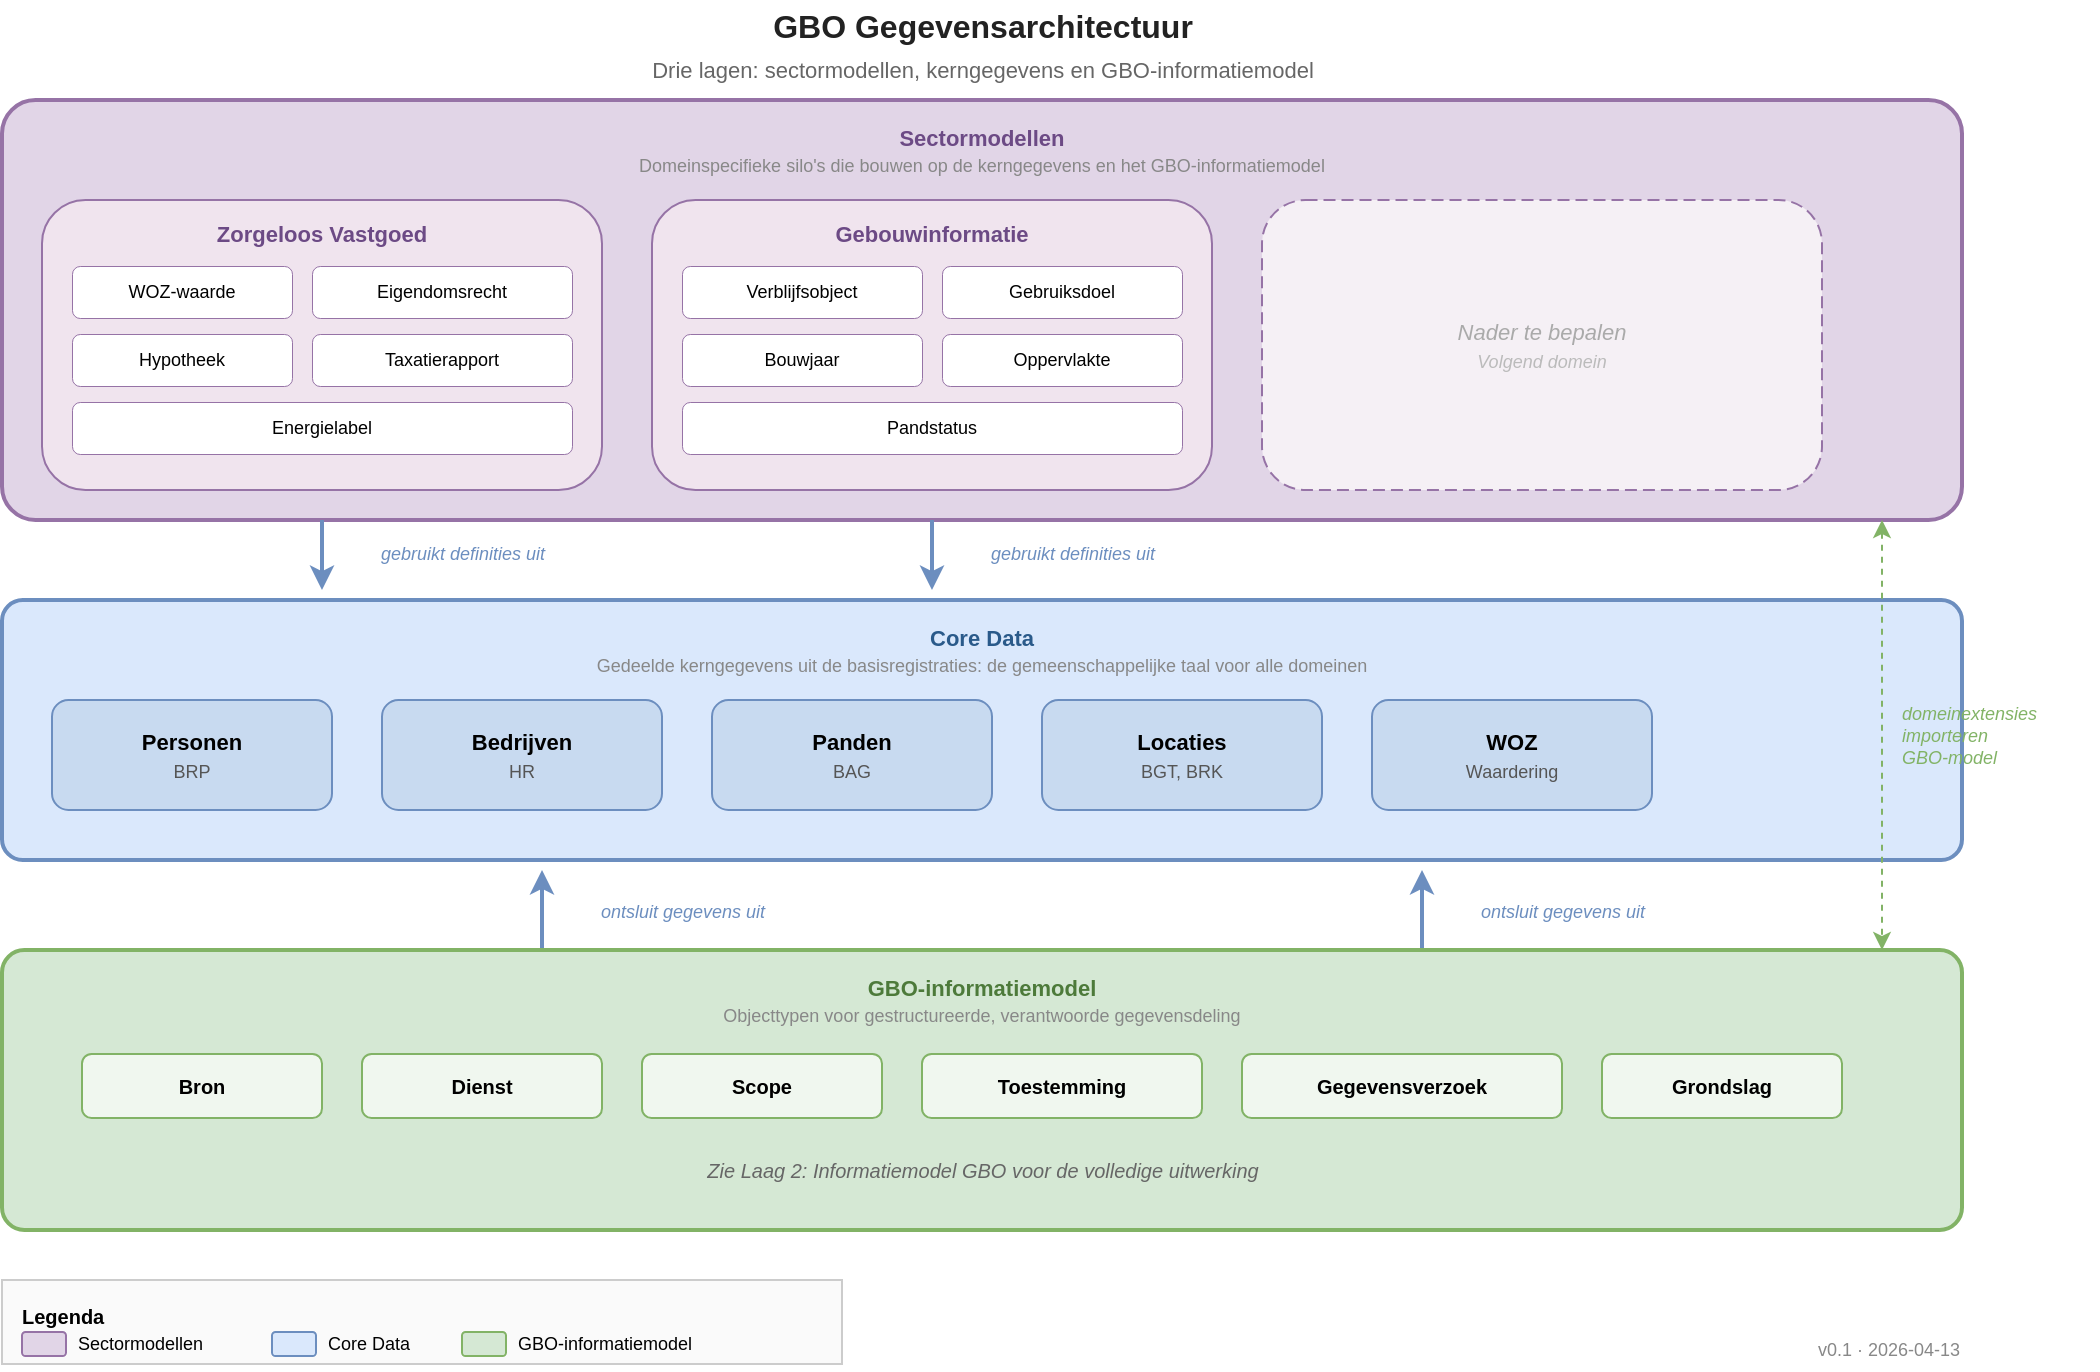
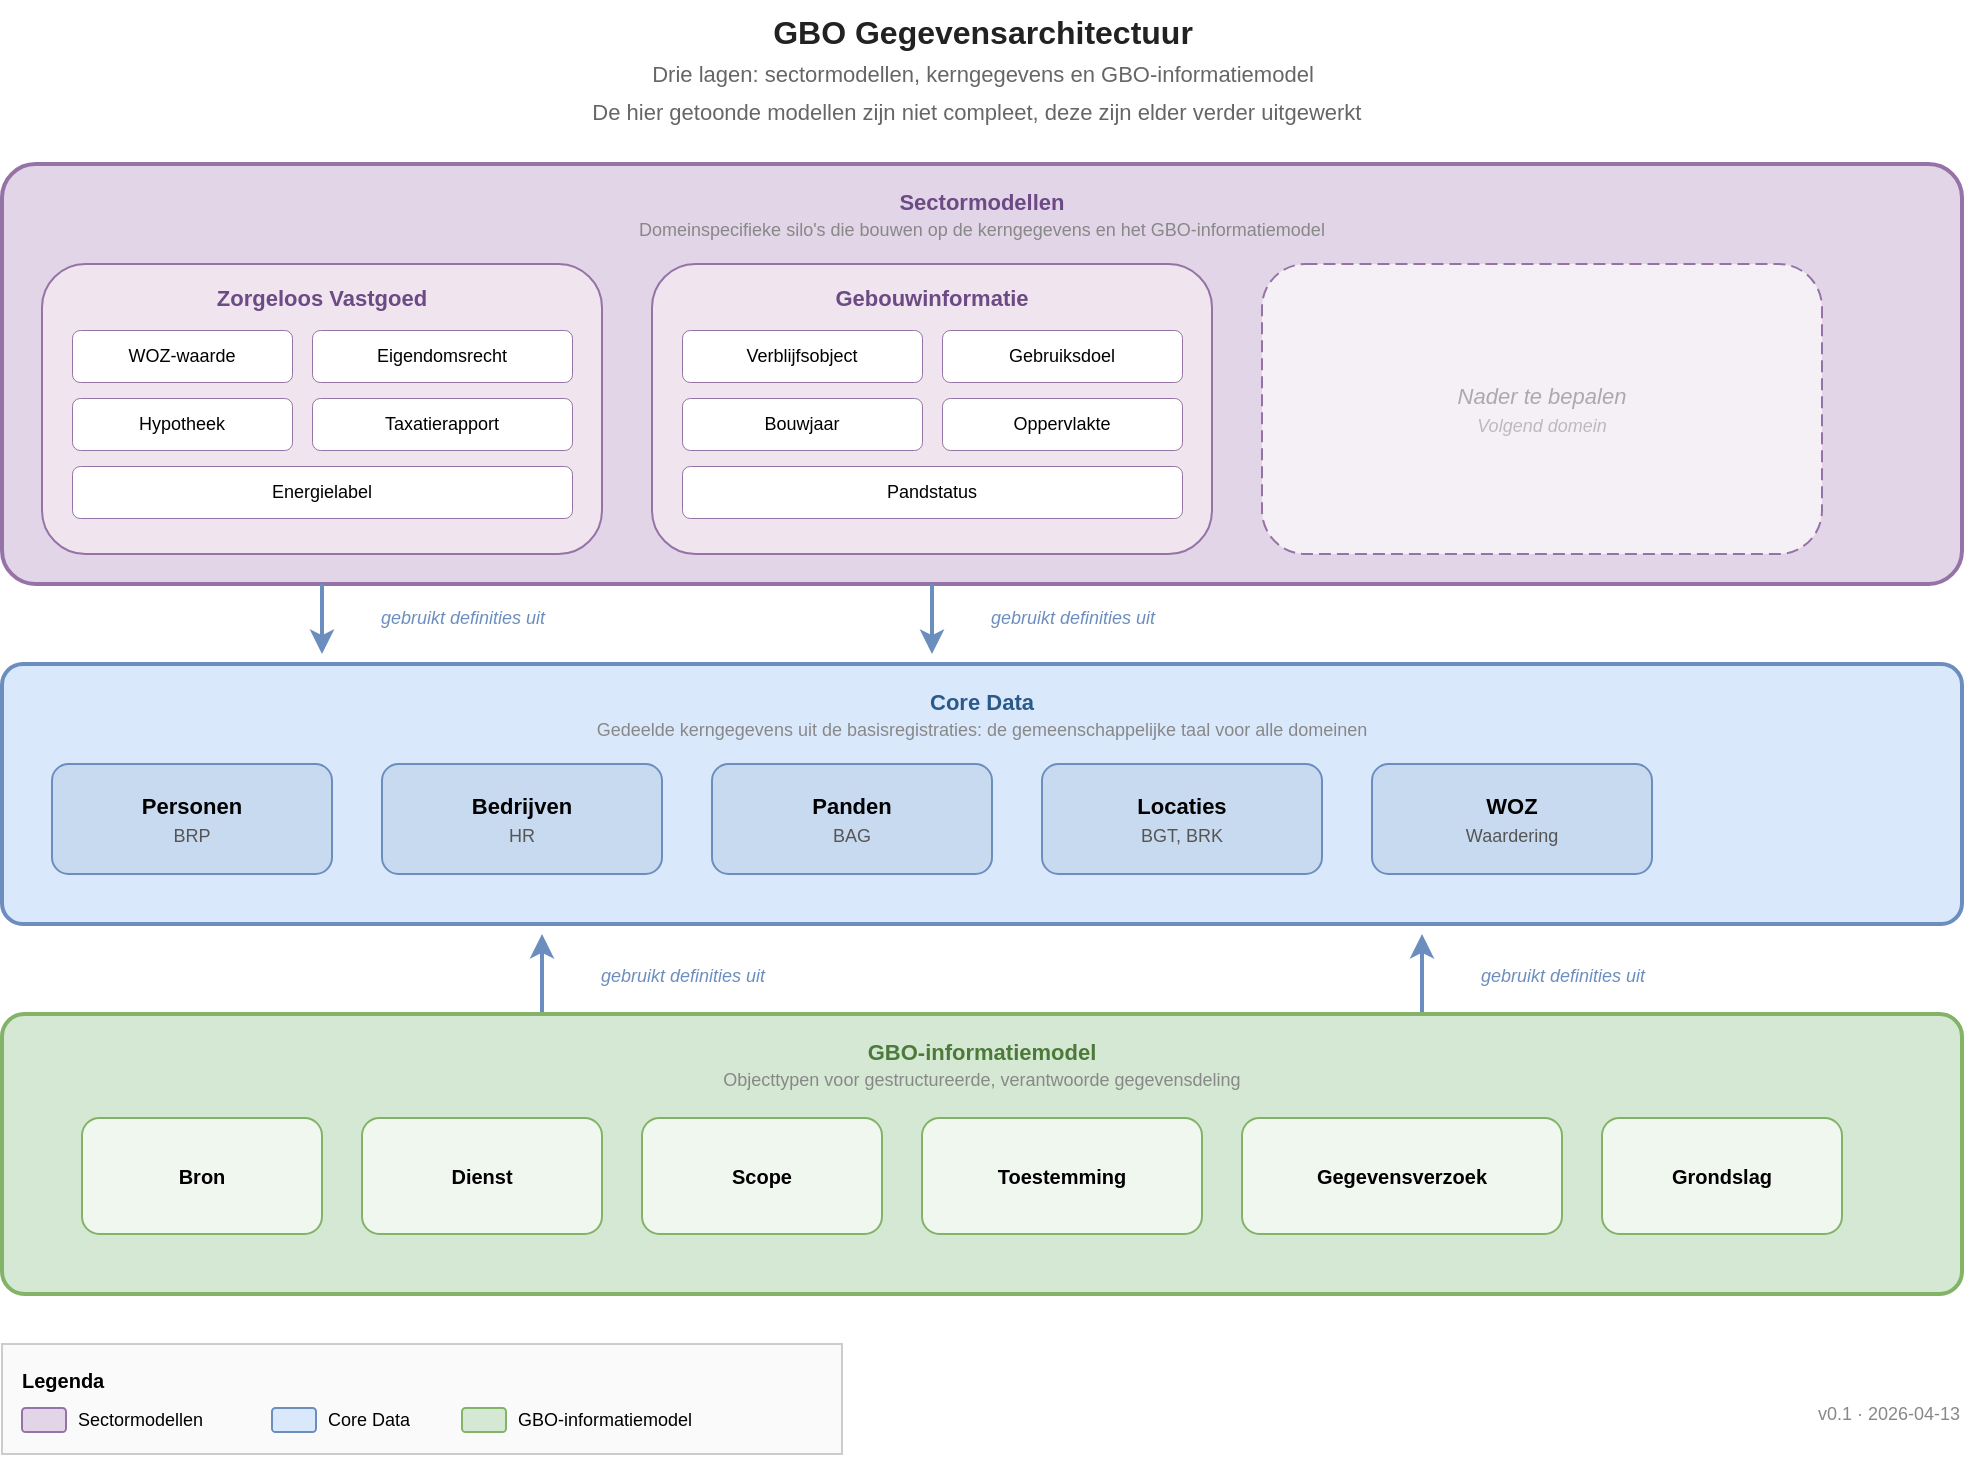
- <mxfile host="Electron" agent="Claude" version="29.6.6">
+ <mxfile host="Electron" agent="Mozilla/5.0 (Macintosh; Intel Mac OS X 10_15_7) AppleWebKit/537.36 (KHTML, like Gecko) draw.io/29.6.6 Chrome/144.0.7559.236 Electron/40.8.4 Safari/537.36" version="29.6.6">
  <diagram name="Gegevensarchitectuur" id="gbo-gegevensarchitectuur">
-     <mxGraphModel dx="1200" dy="900" grid="1" gridSize="10" guides="1" tooltips="1" connect="1" arrows="1" fold="1" page="1" pageScale="1" pageWidth="1100" pageHeight="820" math="0" shadow="0">
+     <mxGraphModel dx="2032" dy="877" grid="1" gridSize="10" guides="1" tooltips="1" connect="1" arrows="1" fold="1" page="1" pageScale="1" pageWidth="1100" pageHeight="820" math="0" shadow="0">
      <root>
        <mxCell id="0" />
        <mxCell id="1" parent="0" />
- 
-         <!-- Titel -->
-         <mxCell id="title" parent="1" style="text;html=1;align=center;verticalAlign=middle;resizable=0;points=[];autosize=1;strokeColor=none;fillColor=none;fontSize=16;fontColor=#222222;" value="&lt;b&gt;GBO Gegevensarchitectuur&lt;/b&gt;&lt;br&gt;&lt;font style=&quot;font-size:11px;color:#666&quot;&gt;Drie lagen: sectormodellen, kerngegevens en GBO-informatiemodel&lt;/font&gt;" vertex="1">
-           <mxGeometry x="280" y="15" width="540" height="45" as="geometry" />
+         <mxCell id="title" parent="1" style="text;html=1;align=center;verticalAlign=middle;resizable=0;points=[];autosize=1;strokeColor=none;fillColor=none;fontSize=16;fontColor=#222222;" value="&lt;b&gt;GBO Gegevensarchitectuur&lt;/b&gt;&lt;br&gt;&lt;font style=&quot;font-size:11px;color:#666&quot;&gt;Drie lagen: sectormodellen, kerngegevens en GBO-informatiemodel&lt;/font&gt;&lt;div&gt;&lt;font style=&quot;font-size:11px;color:#666&quot;&gt;De hier getoonde modellen zijn niet compleet, deze zijn elder verder uitgewerkt&amp;nbsp;&amp;nbsp;&lt;/font&gt;&lt;/div&gt;" vertex="1">
+           <mxGeometry height="70" width="410" x="345" y="11" as="geometry" />
        </mxCell>
- 
-         <!-- ==================== BOVENSTE LAAG: Sectormodellen ==================== -->
-         <mxCell id="layer-sector" parent="1" style="rounded=1;whiteSpace=wrap;html=1;fillColor=#e1d5e7;strokeColor=#9673a6;strokeWidth=2;verticalAlign=top;fontSize=11;fontColor=#6c4a85;align=center;spacingTop=6;arcSize=8;" value="&lt;b&gt;Sectormodellen&lt;/b&gt;&lt;br&gt;&lt;font style=&quot;font-size:9px;color:#888&quot;&gt;Domeinspecifieke silo's die bouwen op de kerngegevens en het GBO-informatiemodel&lt;/font&gt;" vertex="1">
-           <mxGeometry x="60" y="65" width="980" height="210" as="geometry" />
+         <mxCell id="layer-sector" parent="1" style="rounded=1;whiteSpace=wrap;html=1;fillColor=#e1d5e7;strokeColor=#9673a6;strokeWidth=2;verticalAlign=top;fontSize=11;fontColor=#6c4a85;align=center;spacingTop=6;arcSize=8;" value="&lt;b&gt;Sectormodellen&lt;/b&gt;&lt;br&gt;&lt;font style=&quot;font-size:9px;color:#888&quot;&gt;Domeinspecifieke silo&#39;s die bouwen op de kerngegevens en het GBO-informatiemodel&lt;/font&gt;" vertex="1">
+           <mxGeometry height="210" width="980" x="60" y="93" as="geometry" />
        </mxCell>
- 
-         <!-- Silo 1: Zorgeloos Vastgoed -->
        <mxCell id="silo-zv" parent="1" style="rounded=1;whiteSpace=wrap;html=1;fillColor=#f0e4ee;strokeColor=#9673a6;strokeWidth=1;verticalAlign=top;fontSize=11;fontColor=#6c4a85;align=center;spacingTop=4;" value="&lt;b&gt;Zorgeloos Vastgoed&lt;/b&gt;" vertex="1">
-           <mxGeometry x="80" y="115" width="280" height="145" as="geometry" />
+           <mxGeometry height="145" width="280" x="80" y="143" as="geometry" />
        </mxCell>
        <mxCell id="zv-woz" parent="1" style="rounded=1;whiteSpace=wrap;html=1;fillColor=#ffffff;strokeColor=#9673a6;strokeWidth=0.5;verticalAlign=middle;fontSize=9;" value="WOZ-waarde" vertex="1">
-           <mxGeometry x="95" y="148" width="110" height="26" as="geometry" />
+           <mxGeometry height="26" width="110" x="95" y="176" as="geometry" />
        </mxCell>
        <mxCell id="zv-eigendom" parent="1" style="rounded=1;whiteSpace=wrap;html=1;fillColor=#ffffff;strokeColor=#9673a6;strokeWidth=0.5;verticalAlign=middle;fontSize=9;" value="Eigendomsrecht" vertex="1">
-           <mxGeometry x="215" y="148" width="130" height="26" as="geometry" />
+           <mxGeometry height="26" width="130" x="215" y="176" as="geometry" />
        </mxCell>
        <mxCell id="zv-hypotheek" parent="1" style="rounded=1;whiteSpace=wrap;html=1;fillColor=#ffffff;strokeColor=#9673a6;strokeWidth=0.5;verticalAlign=middle;fontSize=9;" value="Hypotheek" vertex="1">
-           <mxGeometry x="95" y="182" width="110" height="26" as="geometry" />
+           <mxGeometry height="26" width="110" x="95" y="210" as="geometry" />
        </mxCell>
        <mxCell id="zv-taxatie" parent="1" style="rounded=1;whiteSpace=wrap;html=1;fillColor=#ffffff;strokeColor=#9673a6;strokeWidth=0.5;verticalAlign=middle;fontSize=9;" value="Taxatierapport" vertex="1">
-           <mxGeometry x="215" y="182" width="130" height="26" as="geometry" />
+           <mxGeometry height="26" width="130" x="215" y="210" as="geometry" />
        </mxCell>
        <mxCell id="zv-energie" parent="1" style="rounded=1;whiteSpace=wrap;html=1;fillColor=#ffffff;strokeColor=#9673a6;strokeWidth=0.5;verticalAlign=middle;fontSize=9;" value="Energielabel" vertex="1">
-           <mxGeometry x="95" y="216" width="250" height="26" as="geometry" />
+           <mxGeometry height="26" width="250" x="95" y="244" as="geometry" />
        </mxCell>
- 
-         <!-- Silo 2: Gebouwinformatie -->
        <mxCell id="silo-gi" parent="1" style="rounded=1;whiteSpace=wrap;html=1;fillColor=#f0e4ee;strokeColor=#9673a6;strokeWidth=1;verticalAlign=top;fontSize=11;fontColor=#6c4a85;align=center;spacingTop=4;" value="&lt;b&gt;Gebouwinformatie&lt;/b&gt;" vertex="1">
-           <mxGeometry x="385" y="115" width="280" height="145" as="geometry" />
+           <mxGeometry height="145" width="280" x="385" y="143" as="geometry" />
        </mxCell>
        <mxCell id="gi-verblijf" parent="1" style="rounded=1;whiteSpace=wrap;html=1;fillColor=#ffffff;strokeColor=#9673a6;strokeWidth=0.5;verticalAlign=middle;fontSize=9;" value="Verblijfsobject" vertex="1">
-           <mxGeometry x="400" y="148" width="120" height="26" as="geometry" />
+           <mxGeometry height="26" width="120" x="400" y="176" as="geometry" />
        </mxCell>
        <mxCell id="gi-gebruik" parent="1" style="rounded=1;whiteSpace=wrap;html=1;fillColor=#ffffff;strokeColor=#9673a6;strokeWidth=0.5;verticalAlign=middle;fontSize=9;" value="Gebruiksdoel" vertex="1">
-           <mxGeometry x="530" y="148" width="120" height="26" as="geometry" />
+           <mxGeometry height="26" width="120" x="530" y="176" as="geometry" />
        </mxCell>
        <mxCell id="gi-bouwjaar" parent="1" style="rounded=1;whiteSpace=wrap;html=1;fillColor=#ffffff;strokeColor=#9673a6;strokeWidth=0.5;verticalAlign=middle;fontSize=9;" value="Bouwjaar" vertex="1">
-           <mxGeometry x="400" y="182" width="120" height="26" as="geometry" />
+           <mxGeometry height="26" width="120" x="400" y="210" as="geometry" />
        </mxCell>
        <mxCell id="gi-opp" parent="1" style="rounded=1;whiteSpace=wrap;html=1;fillColor=#ffffff;strokeColor=#9673a6;strokeWidth=0.5;verticalAlign=middle;fontSize=9;" value="Oppervlakte" vertex="1">
-           <mxGeometry x="530" y="182" width="120" height="26" as="geometry" />
+           <mxGeometry height="26" width="120" x="530" y="210" as="geometry" />
        </mxCell>
        <mxCell id="gi-status" parent="1" style="rounded=1;whiteSpace=wrap;html=1;fillColor=#ffffff;strokeColor=#9673a6;strokeWidth=0.5;verticalAlign=middle;fontSize=9;" value="Pandstatus" vertex="1">
-           <mxGeometry x="400" y="216" width="250" height="26" as="geometry" />
+           <mxGeometry height="26" width="250" x="400" y="244" as="geometry" />
        </mxCell>
- 
-         <!-- Silo 3: Nader te bepalen -->
        <mxCell id="silo-ntb" parent="1" style="rounded=1;whiteSpace=wrap;html=1;fillColor=#f5f0f5;strokeColor=#9673a6;strokeWidth=1;dashed=1;dashPattern=6 3;verticalAlign=middle;fontSize=11;fontColor=#aaa;fontStyle=2;align=center;" value="Nader te bepalen&lt;br&gt;&lt;font style=&quot;font-size:9px;color:#bbb&quot;&gt;Volgend domein&lt;/font&gt;" vertex="1">
-           <mxGeometry x="690" y="115" width="280" height="145" as="geometry" />
+           <mxGeometry height="145" width="280" x="690" y="143" as="geometry" />
        </mxCell>
- 
-         <!-- Pijlen: Sector -> Core -->
-         <mxCell id="arrow-sc1" parent="1" style="endArrow=classic;html=1;strokeColor=#6c8ebf;strokeWidth=2;" edge="1">
+         <mxCell id="arrow-sc1" edge="1" parent="1" style="endArrow=classic;html=1;strokeColor=#6c8ebf;strokeWidth=2;">
          <mxGeometry relative="1" as="geometry">
-             <mxPoint x="220" y="275" as="sourcePoint" />
-             <mxPoint x="220" y="310" as="targetPoint" />
+             <mxPoint x="220" y="303" as="sourcePoint" />
+             <mxPoint x="220" y="338" as="targetPoint" />
          </mxGeometry>
        </mxCell>
        <mxCell id="arrow-sc1-label" parent="1" style="text;html=1;align=center;verticalAlign=middle;strokeColor=none;fillColor=none;fontSize=9;fontColor=#6c8ebf;fontStyle=2;" value="gebruikt definities uit" vertex="1">
-           <mxGeometry x="230" y="283" width="120" height="18" as="geometry" />
+           <mxGeometry height="18" width="120" x="230" y="311" as="geometry" />
        </mxCell>
- 
-         <mxCell id="arrow-sc2" parent="1" style="endArrow=classic;html=1;strokeColor=#6c8ebf;strokeWidth=2;" edge="1">
+         <mxCell id="arrow-sc2" edge="1" parent="1" style="endArrow=classic;html=1;strokeColor=#6c8ebf;strokeWidth=2;">
          <mxGeometry relative="1" as="geometry">
-             <mxPoint x="525" y="275" as="sourcePoint" />
-             <mxPoint x="525" y="310" as="targetPoint" />
+             <mxPoint x="525" y="303" as="sourcePoint" />
+             <mxPoint x="525" y="338" as="targetPoint" />
          </mxGeometry>
        </mxCell>
        <mxCell id="arrow-sc2-label" parent="1" style="text;html=1;align=center;verticalAlign=middle;strokeColor=none;fillColor=none;fontSize=9;fontColor=#6c8ebf;fontStyle=2;" value="gebruikt definities uit" vertex="1">
-           <mxGeometry x="535" y="283" width="120" height="18" as="geometry" />
+           <mxGeometry height="18" width="120" x="535" y="311" as="geometry" />
        </mxCell>
- 
-         <!-- ==================== MIDDENLAAG: Core Data ==================== -->
        <mxCell id="layer-core" parent="1" style="rounded=1;whiteSpace=wrap;html=1;fillColor=#dae8fc;strokeColor=#6c8ebf;strokeWidth=2;verticalAlign=top;fontSize=11;fontColor=#2a5a8a;align=center;spacingTop=6;arcSize=8;" value="&lt;b&gt;Core Data&lt;/b&gt;&lt;br&gt;&lt;font style=&quot;font-size:9px;color:#888&quot;&gt;Gedeelde kerngegevens uit de basisregistraties: de gemeenschappelijke taal voor alle domeinen&lt;/font&gt;" vertex="1">
-           <mxGeometry x="60" y="315" width="980" height="130" as="geometry" />
+           <mxGeometry height="130" width="980" x="60" y="343" as="geometry" />
        </mxCell>
- 
        <mxCell id="core-personen" parent="1" style="rounded=1;whiteSpace=wrap;html=1;fillColor=#c8daf0;strokeColor=#6c8ebf;strokeWidth=1;verticalAlign=middle;fontSize=11;" value="&lt;b&gt;Personen&lt;/b&gt;&lt;br&gt;&lt;font style=&quot;font-size:9px;color:#555&quot;&gt;BRP&lt;/font&gt;" vertex="1">
-           <mxGeometry x="85" y="365" width="140" height="55" as="geometry" />
+           <mxGeometry height="55" width="140" x="85" y="393" as="geometry" />
        </mxCell>
- 
        <mxCell id="core-bedrijven" parent="1" style="rounded=1;whiteSpace=wrap;html=1;fillColor=#c8daf0;strokeColor=#6c8ebf;strokeWidth=1;verticalAlign=middle;fontSize=11;" value="&lt;b&gt;Bedrijven&lt;/b&gt;&lt;br&gt;&lt;font style=&quot;font-size:9px;color:#555&quot;&gt;HR&lt;/font&gt;" vertex="1">
-           <mxGeometry x="250" y="365" width="140" height="55" as="geometry" />
+           <mxGeometry height="55" width="140" x="250" y="393" as="geometry" />
        </mxCell>
- 
        <mxCell id="core-panden" parent="1" style="rounded=1;whiteSpace=wrap;html=1;fillColor=#c8daf0;strokeColor=#6c8ebf;strokeWidth=1;verticalAlign=middle;fontSize=11;" value="&lt;b&gt;Panden&lt;/b&gt;&lt;br&gt;&lt;font style=&quot;font-size:9px;color:#555&quot;&gt;BAG&lt;/font&gt;" vertex="1">
-           <mxGeometry x="415" y="365" width="140" height="55" as="geometry" />
+           <mxGeometry height="55" width="140" x="415" y="393" as="geometry" />
        </mxCell>
- 
        <mxCell id="core-locaties" parent="1" style="rounded=1;whiteSpace=wrap;html=1;fillColor=#c8daf0;strokeColor=#6c8ebf;strokeWidth=1;verticalAlign=middle;fontSize=11;" value="&lt;b&gt;Locaties&lt;/b&gt;&lt;br&gt;&lt;font style=&quot;font-size:9px;color:#555&quot;&gt;BGT, BRK&lt;/font&gt;" vertex="1">
-           <mxGeometry x="580" y="365" width="140" height="55" as="geometry" />
+           <mxGeometry height="55" width="140" x="580" y="393" as="geometry" />
        </mxCell>
- 
        <mxCell id="core-woz" parent="1" style="rounded=1;whiteSpace=wrap;html=1;fillColor=#c8daf0;strokeColor=#6c8ebf;strokeWidth=1;verticalAlign=middle;fontSize=11;" value="&lt;b&gt;WOZ&lt;/b&gt;&lt;br&gt;&lt;font style=&quot;font-size:9px;color:#555&quot;&gt;Waardering&lt;/font&gt;" vertex="1">
-           <mxGeometry x="745" y="365" width="140" height="55" as="geometry" />
+           <mxGeometry height="55" width="140" x="745" y="393" as="geometry" />
        </mxCell>
- 
-         <!-- Pijlen: GBO -> Core -->
-         <mxCell id="arrow-gc1" parent="1" style="endArrow=classic;html=1;strokeColor=#6c8ebf;strokeWidth=2;" edge="1">
+         <mxCell id="arrow-gc1" edge="1" parent="1" style="endArrow=classic;html=1;strokeColor=#6c8ebf;strokeWidth=2;">
          <mxGeometry relative="1" as="geometry">
-             <mxPoint x="330" y="490" as="sourcePoint" />
-             <mxPoint x="330" y="450" as="targetPoint" />
+             <mxPoint x="330" y="518" as="sourcePoint" />
+             <mxPoint x="330" y="478" as="targetPoint" />
          </mxGeometry>
        </mxCell>
-         <mxCell id="arrow-gc1-label" parent="1" style="text;html=1;align=center;verticalAlign=middle;strokeColor=none;fillColor=none;fontSize=9;fontColor=#6c8ebf;fontStyle=2;" value="ontsluit gegevens uit" vertex="1">
-           <mxGeometry x="340" y="462" width="120" height="18" as="geometry" />
+         <mxCell id="arrow-gc1-label" parent="1" style="text;html=1;align=center;verticalAlign=middle;strokeColor=none;fillColor=none;fontSize=9;fontColor=#6c8ebf;fontStyle=2;" value="gebruikt definities uit" vertex="1">
+           <mxGeometry height="18" width="120" x="340" y="490" as="geometry" />
        </mxCell>
- 
-         <mxCell id="arrow-gc2" parent="1" style="endArrow=classic;html=1;strokeColor=#6c8ebf;strokeWidth=2;" edge="1">
+         <mxCell id="arrow-gc2" edge="1" parent="1" style="endArrow=classic;html=1;strokeColor=#6c8ebf;strokeWidth=2;">
          <mxGeometry relative="1" as="geometry">
-             <mxPoint x="770" y="490" as="sourcePoint" />
-             <mxPoint x="770" y="450" as="targetPoint" />
+             <mxPoint x="770" y="518" as="sourcePoint" />
+             <mxPoint x="770" y="478" as="targetPoint" />
          </mxGeometry>
        </mxCell>
-         <mxCell id="arrow-gc2-label" parent="1" style="text;html=1;align=center;verticalAlign=middle;strokeColor=none;fillColor=none;fontSize=9;fontColor=#6c8ebf;fontStyle=2;" value="ontsluit gegevens uit" vertex="1">
-           <mxGeometry x="780" y="462" width="120" height="18" as="geometry" />
+         <mxCell id="arrow-gc2-label" parent="1" style="text;html=1;align=center;verticalAlign=middle;strokeColor=none;fillColor=none;fontSize=9;fontColor=#6c8ebf;fontStyle=2;" value="gebruikt definities uit" vertex="1">
+           <mxGeometry height="18" width="120" x="780" y="490" as="geometry" />
        </mxCell>
- 
-         <!-- ==================== ONDERSTE LAAG: GBO-informatiemodel ==================== -->
        <mxCell id="layer-gbo" parent="1" style="rounded=1;whiteSpace=wrap;html=1;fillColor=#d5e8d4;strokeColor=#82b366;strokeWidth=2;verticalAlign=top;fontSize=11;fontColor=#4d7a3a;align=center;spacingTop=6;arcSize=8;" value="&lt;b&gt;GBO-informatiemodel&lt;/b&gt;&lt;br&gt;&lt;font style=&quot;font-size:9px;color:#888&quot;&gt;Objecttypen voor gestructureerde, verantwoorde gegevensdeling&lt;/font&gt;" vertex="1">
-           <mxGeometry x="60" y="490" width="980" height="140" as="geometry" />
+           <mxGeometry height="140" width="980" x="60" y="518" as="geometry" />
        </mxCell>
- 
-         <!-- Objecttypen (selectie) -->
        <mxCell id="gbo-bron" parent="1" style="rounded=1;whiteSpace=wrap;html=1;fillColor=#f0f7ef;strokeColor=#82b366;strokeWidth=1;verticalAlign=middle;fontSize=10;" value="&lt;b&gt;Bron&lt;/b&gt;" vertex="1">
-           <mxGeometry x="100" y="542" width="120" height="32" as="geometry" />
+           <mxGeometry height="58" width="120" x="100" y="570" as="geometry" />
        </mxCell>
        <mxCell id="gbo-dienst" parent="1" style="rounded=1;whiteSpace=wrap;html=1;fillColor=#f0f7ef;strokeColor=#82b366;strokeWidth=1;verticalAlign=middle;fontSize=10;" value="&lt;b&gt;Dienst&lt;/b&gt;" vertex="1">
-           <mxGeometry x="240" y="542" width="120" height="32" as="geometry" />
+           <mxGeometry height="58" width="120" x="240" y="570" as="geometry" />
        </mxCell>
        <mxCell id="gbo-scope" parent="1" style="rounded=1;whiteSpace=wrap;html=1;fillColor=#f0f7ef;strokeColor=#82b366;strokeWidth=1;verticalAlign=middle;fontSize=10;" value="&lt;b&gt;Scope&lt;/b&gt;" vertex="1">
-           <mxGeometry x="380" y="542" width="120" height="32" as="geometry" />
+           <mxGeometry height="58" width="120" x="380" y="570" as="geometry" />
        </mxCell>
        <mxCell id="gbo-toestemming" parent="1" style="rounded=1;whiteSpace=wrap;html=1;fillColor=#f0f7ef;strokeColor=#82b366;strokeWidth=1;verticalAlign=middle;fontSize=10;" value="&lt;b&gt;Toestemming&lt;/b&gt;" vertex="1">
-           <mxGeometry x="520" y="542" width="140" height="32" as="geometry" />
+           <mxGeometry height="58" width="140" x="520" y="570" as="geometry" />
        </mxCell>
        <mxCell id="gbo-verzoek" parent="1" style="rounded=1;whiteSpace=wrap;html=1;fillColor=#f0f7ef;strokeColor=#82b366;strokeWidth=1;verticalAlign=middle;fontSize=10;" value="&lt;b&gt;Gegevensverzoek&lt;/b&gt;" vertex="1">
-           <mxGeometry x="680" y="542" width="160" height="32" as="geometry" />
+           <mxGeometry height="58" width="160" x="680" y="570" as="geometry" />
        </mxCell>
        <mxCell id="gbo-grondslag" parent="1" style="rounded=1;whiteSpace=wrap;html=1;fillColor=#f0f7ef;strokeColor=#82b366;strokeWidth=1;verticalAlign=middle;fontSize=10;" value="&lt;b&gt;Grondslag&lt;/b&gt;" vertex="1">
-           <mxGeometry x="860" y="542" width="120" height="32" as="geometry" />
+           <mxGeometry height="58" width="120" x="860" y="570" as="geometry" />
        </mxCell>
-         <mxCell id="gbo-ref" parent="1" style="text;html=1;align=center;verticalAlign=middle;strokeColor=none;fillColor=none;fontSize=10;fontColor=#666;fontStyle=2;" value="Zie Laag 2: Informatiemodel GBO voor de volledige uitwerking" vertex="1">
-           <mxGeometry x="250" y="590" width="600" height="20" as="geometry" />
-         </mxCell>
- 
-         <!-- Relatiepijl: Sector <-> GBO (domeinextensies) -->
-         <mxCell id="arrow-sector-gbo" parent="1" style="endArrow=classic;startArrow=classic;html=1;strokeColor=#82b366;strokeWidth=1;dashed=1;" edge="1">
-           <mxGeometry relative="1" as="geometry">
-             <mxPoint x="1000" y="275" as="sourcePoint" />
-             <mxPoint x="1000" y="490" as="targetPoint" />
-           </mxGeometry>
-         </mxCell>
-         <mxCell id="arrow-sector-gbo-label" parent="1" style="text;html=1;align=left;verticalAlign=middle;strokeColor=none;fillColor=none;fontSize=9;fontColor=#82b366;fontStyle=2;" value="domeinextensies&lt;br&gt;importeren&lt;br&gt;GBO-model" vertex="1">
-           <mxGeometry x="1008" y="360" width="100" height="45" as="geometry" />
-         </mxCell>
- 
-         <!-- ==================== Legenda ==================== -->
        <mxCell id="legend-box" parent="1" style="rounded=0;whiteSpace=wrap;html=1;fillColor=#fafafa;strokeColor=#cccccc;strokeWidth=1;verticalAlign=top;align=left;fontSize=10;spacingLeft=8;spacingTop=6;" value="&lt;b&gt;Legenda&lt;/b&gt;" vertex="1">
-           <mxGeometry x="60" y="655" width="420" height="42" as="geometry" />
+           <mxGeometry height="55" width="420" x="60" y="683" as="geometry" />
        </mxCell>
        <mxCell id="leg1" parent="1" style="rounded=1;whiteSpace=wrap;html=1;fillColor=#e1d5e7;strokeColor=#9673a6;strokeWidth=1;fontSize=9;" value="" vertex="1">
-           <mxGeometry x="70" y="681" width="22" height="12" as="geometry" />
+           <mxGeometry height="12" width="22" x="70" y="715" as="geometry" />
        </mxCell>
        <mxCell id="leg1t" parent="1" style="text;html=1;align=left;verticalAlign=middle;strokeColor=none;fillColor=none;fontSize=9;" value="Sectormodellen" vertex="1">
-           <mxGeometry x="96" y="677" width="85" height="20" as="geometry" />
+           <mxGeometry height="20" width="85" x="96" y="711" as="geometry" />
        </mxCell>
        <mxCell id="leg2" parent="1" style="rounded=1;whiteSpace=wrap;html=1;fillColor=#dae8fc;strokeColor=#6c8ebf;strokeWidth=1;fontSize=9;" value="" vertex="1">
-           <mxGeometry x="195" y="681" width="22" height="12" as="geometry" />
+           <mxGeometry height="12" width="22" x="195" y="715" as="geometry" />
        </mxCell>
        <mxCell id="leg2t" parent="1" style="text;html=1;align=left;verticalAlign=middle;strokeColor=none;fillColor=none;fontSize=9;" value="Core Data" vertex="1">
-           <mxGeometry x="221" y="677" width="65" height="20" as="geometry" />
+           <mxGeometry height="20" width="65" x="221" y="711" as="geometry" />
        </mxCell>
        <mxCell id="leg3" parent="1" style="rounded=1;whiteSpace=wrap;html=1;fillColor=#d5e8d4;strokeColor=#82b366;strokeWidth=1;fontSize=9;" value="" vertex="1">
-           <mxGeometry x="290" y="681" width="22" height="12" as="geometry" />
+           <mxGeometry height="12" width="22" x="290" y="715" as="geometry" />
        </mxCell>
        <mxCell id="leg3t" parent="1" style="text;html=1;align=left;verticalAlign=middle;strokeColor=none;fillColor=none;fontSize=9;" value="GBO-informatiemodel" vertex="1">
-           <mxGeometry x="316" y="677" width="120" height="20" as="geometry" />
+           <mxGeometry height="20" width="120" x="316" y="711" as="geometry" />
        </mxCell>
- 
-         <!-- Versie -->
        <mxCell id="version" parent="1" style="text;html=1;align=right;verticalAlign=middle;strokeColor=none;fillColor=none;fontSize=9;fontColor=#888888;" value="v0.1 &amp;middot; 2026-04-13" vertex="1">
-           <mxGeometry x="880" y="680" width="160" height="20" as="geometry" />
+           <mxGeometry height="20" width="160" x="880" y="708" as="geometry" />
        </mxCell>
      </root>
    </mxGraphModel>
  </diagram>
</mxfile>
